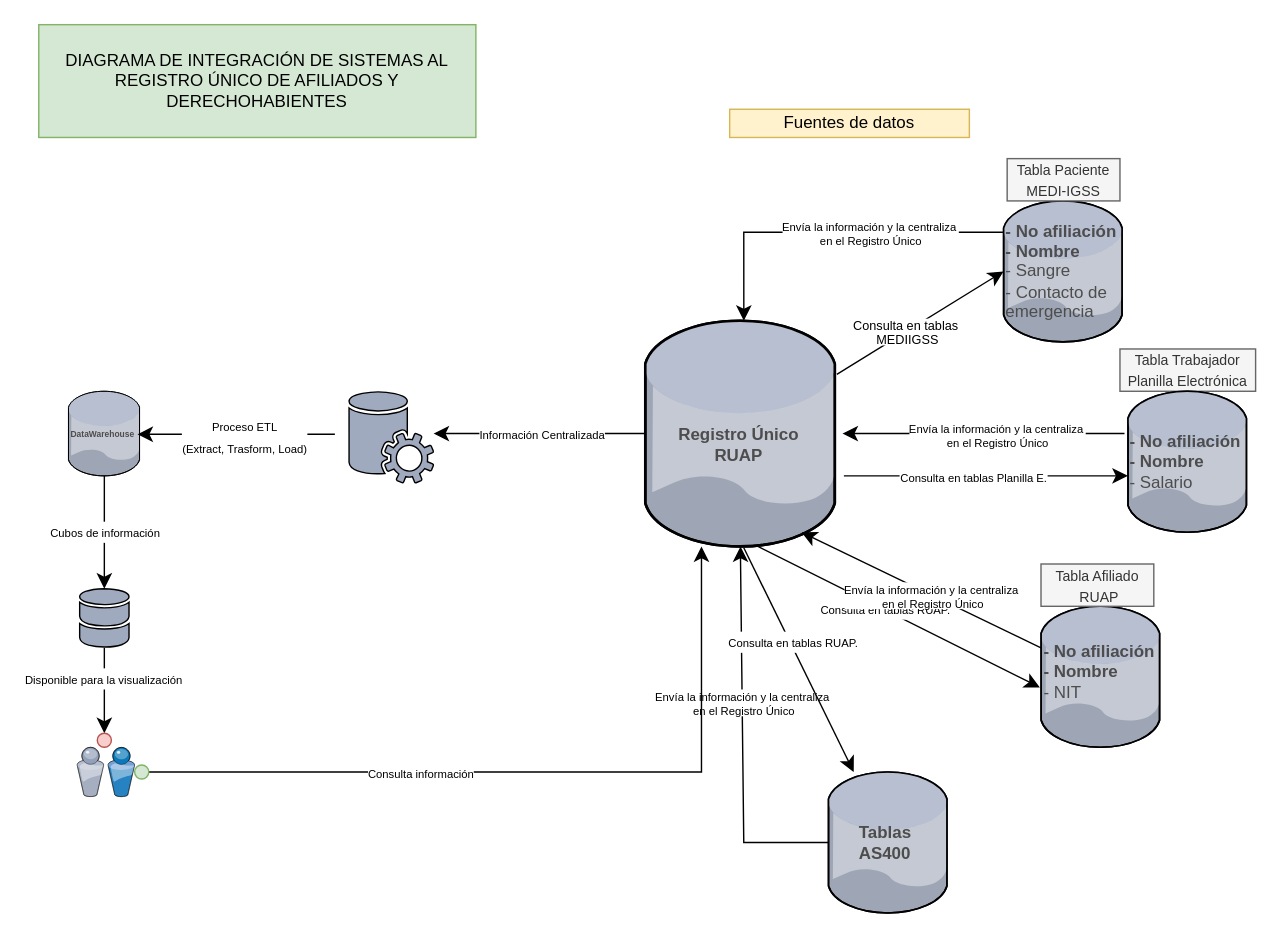
Above: diagrma integracion.drawio in allanasturias94-design/POO (draw.io), before the change. Source tidied: cells renumbered, new cells numbered last; positions are measured from the earlier drawing's top-left corner, leaving out a move shared by most shapes. Both pictures are drawn from the tidied source at 141%, with x=0, y=0 at pixel (38, 24).
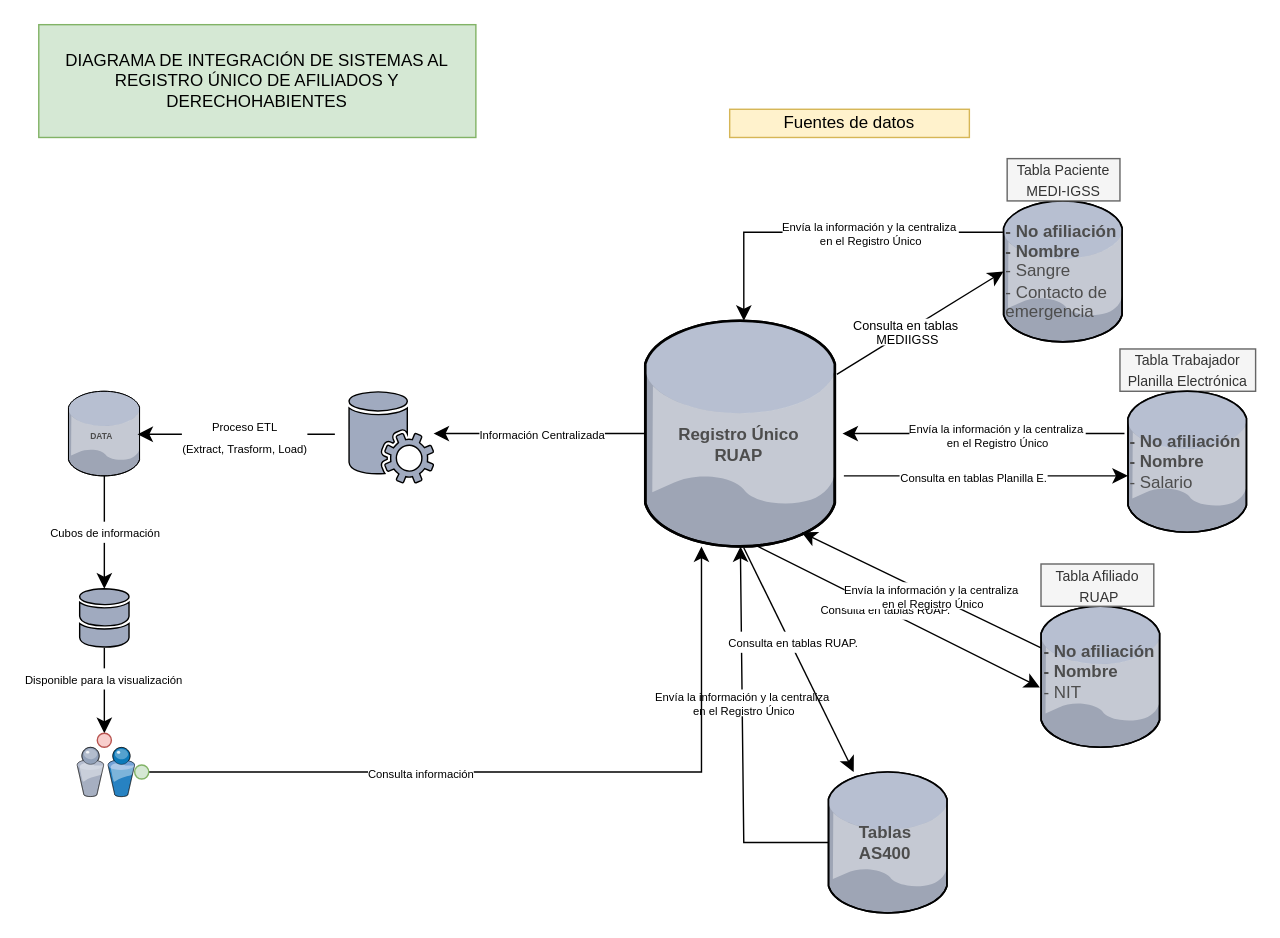
The same page after the edit.

The edit, as a diff of the source:
```diff
@@
-    <mxCell id="37" value="&lt;font color=&quot;#4d4d4d&quot; style=&quot;font-size: 6px;&quot;&gt;&lt;b style=&quot;&quot;&gt;DataWarehouse&lt;/b&gt;&lt;/font&gt;" style="text;html=1;whiteSpace=wrap;strokeColor=none;fillColor=none;align=left;verticalAlign=middle;rounded=0;" parent="1" vertex="1">
-      <mxGeometry x="21" y="283.5" width="40" height="10" as="geometry" />
+    <mxCell id="37" value="&lt;font color=&quot;#4d4d4d&quot;&gt;&lt;span style=&quot;font-size: 6px;&quot;&gt;&lt;b&gt;DATA&lt;/b&gt;&lt;/span&gt;&lt;/font&gt;" style="text;html=1;whiteSpace=wrap;strokeColor=none;fillColor=none;align=left;verticalAlign=middle;rounded=0;" parent="1" vertex="1">
+      <mxGeometry x="34.5" y="285" width="10" height="10" as="geometry" />
     </mxCell>
```
